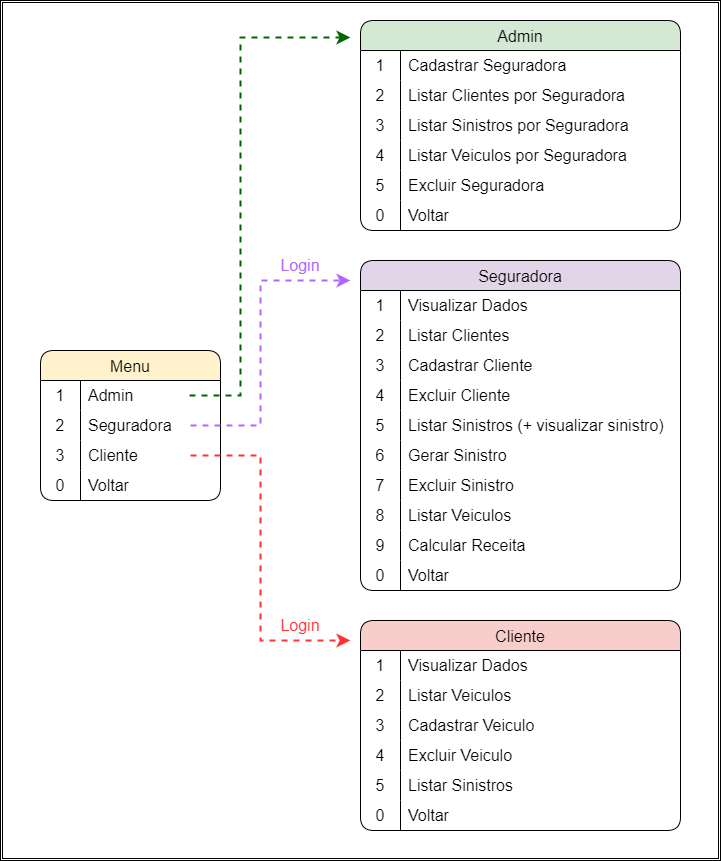
The draw.io diagram Lab04/images/Menu Interativo.png in phdaccache/MC322, before a commit. Source tidied: cells renumbered, new cells last; positions are measured from the earlier drawing's top-left corner, leaving out a move shared by most shapes.
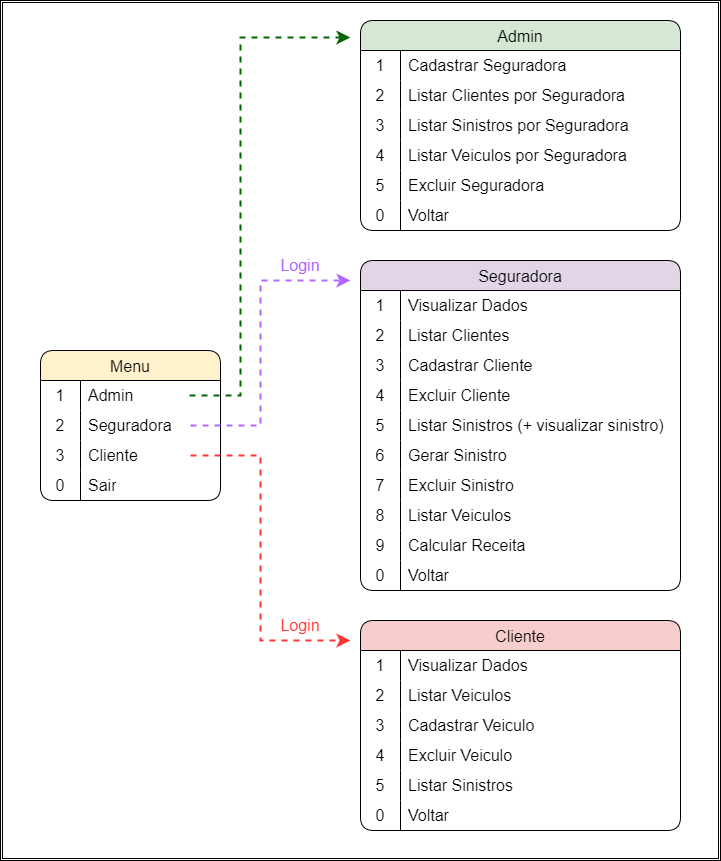
The same file after the commit.

Change to the diagram source:
```diff
@@ -41,7 +41,7 @@
     <mxCell id="14" value="0" style="shape=partialRectangle;html=1;whiteSpace=wrap;fillColor=none;top=0;left=0;bottom=0;right=0;overflow=hidden;strokeColor=inherit;fontSize=16;" parent="13" vertex="1">
       <mxGeometry width="40" height="30" as="geometry" />
     </mxCell>
-    <mxCell id="15" value="Voltar" style="shape=partialRectangle;html=1;whiteSpace=wrap;fillColor=none;top=0;left=0;bottom=0;right=0;align=left;spacingLeft=6;overflow=hidden;strokeColor=inherit;fontSize=16;" parent="13" vertex="1">
+    <mxCell id="15" value="Sair" style="shape=partialRectangle;html=1;whiteSpace=wrap;fillColor=none;top=0;left=0;bottom=0;right=0;align=left;spacingLeft=6;overflow=hidden;strokeColor=inherit;fontSize=16;" parent="13" vertex="1">
       <mxGeometry x="40" width="140" height="30" as="geometry" />
     </mxCell>
     <mxCell id="16" value="Admin" style="shape=table;startSize=30;rowLines=0;fontStyle=0;strokeColor=default;fontSize=16;fillColor=#d5e8d4;fontColor=#000000;fillStyle=auto;rounded=1;gradientColor=none;shadow=0;swimlaneFillColor=default;labelBackgroundColor=none;swimlaneLine=1;" parent="1" vertex="1">
```
